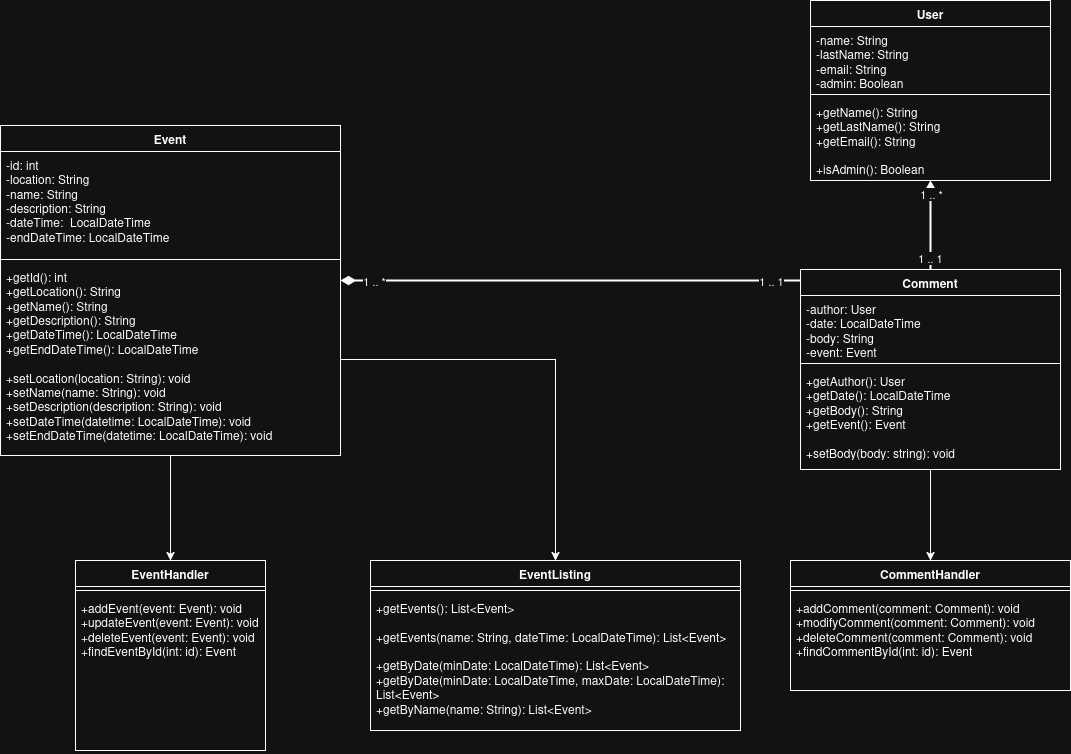
The draw.io diagram docs/class-diagram.png in SauroMatheo/cda-p5-corpo-event-good-giants, before a commit. Source tidied: cells renumbered, new cells last; positions are measured from the earlier drawing's top-left corner, leaving out a move shared by most shapes.
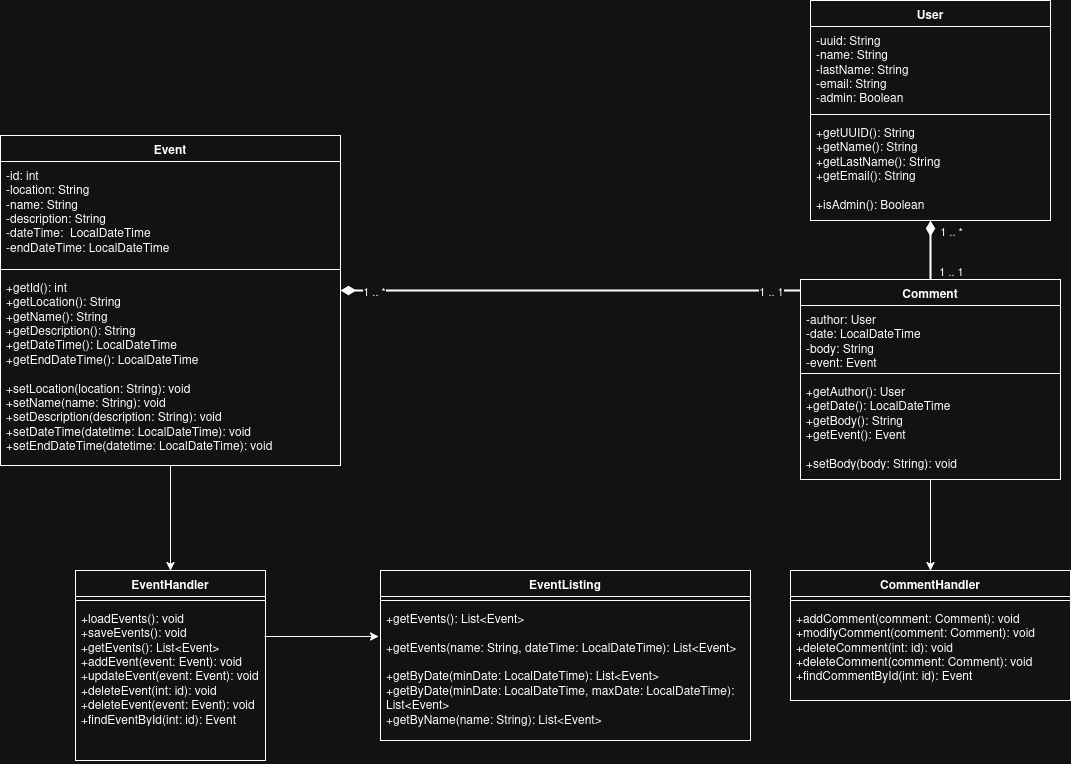
Above is the later version.

Commit message:
docs(class-diagram): change to the class diagram

What changed in the source:
```diff
@@ -15,16 +15,16 @@
       <mxGeometry y="138" width="340" height="192" as="geometry" />
     </mxCell>
     <mxCell id="6" value="User" style="swimlane;fontStyle=1;align=center;verticalAlign=top;horizontal=1;startSize=26;whiteSpace=wrap;html=1;" parent="1" vertex="1">
-      <mxGeometry x="810" width="240" height="180" as="geometry" />
+      <mxGeometry x="810" y="-10" width="240" height="220" as="geometry" />
     </mxCell>
-    <mxCell id="7" value="&lt;div&gt;-name: String&lt;/div&gt;&lt;div&gt;-lastName: String&lt;/div&gt;&lt;div&gt;&lt;div&gt;-email: String&lt;/div&gt;&lt;div&gt;-admin: Boolean&lt;br&gt;&lt;/div&gt;&lt;br&gt;&lt;/div&gt;" style="text;strokeColor=none;fillColor=none;align=left;verticalAlign=top;spacingLeft=4;spacingRight=4;overflow=hidden;whiteSpace=wrap;html=1;" parent="6" vertex="1">
-      <mxGeometry y="26" width="240" height="64" as="geometry" />
+    <mxCell id="7" value="&lt;div&gt;-uuid: String&lt;/div&gt;&lt;div&gt;-name: String&lt;/div&gt;&lt;div&gt;-lastName: String&lt;/div&gt;&lt;div&gt;&lt;div&gt;-email: String&lt;/div&gt;&lt;div&gt;-admin: Boolean&lt;br&gt;&lt;/div&gt;&lt;br&gt;&lt;/div&gt;" style="text;strokeColor=none;fillColor=none;align=left;verticalAlign=top;spacingLeft=4;spacingRight=4;overflow=hidden;whiteSpace=wrap;html=1;" parent="6" vertex="1">
+      <mxGeometry y="26" width="240" height="84" as="geometry" />
     </mxCell>
     <mxCell id="8" style="line;strokeWidth=1;fillColor=none;align=left;verticalAlign=middle;spacingTop=-1;spacingLeft=3;spacingRight=3;labelPosition=right;strokeColor=inherit;" parent="6" vertex="1">
-      <mxGeometry y="90" width="240" height="8" as="geometry" />
+      <mxGeometry y="110" width="240" height="8" as="geometry" />
     </mxCell>
-    <mxCell id="9" value="&lt;div&gt;+getName(): String&lt;/div&gt;&lt;div&gt;+getLastName(): String&lt;/div&gt;&lt;div&gt;+getEmail(): String&lt;/div&gt;&lt;div&gt;&lt;br&gt;&lt;/div&gt;&lt;div&gt;+isAdmin(): Boolean&lt;/div&gt;" style="text;strokeColor=none;fillColor=none;align=left;verticalAlign=top;spacingLeft=4;spacingRight=4;overflow=hidden;whiteSpace=wrap;html=1;" parent="6" vertex="1">
-      <mxGeometry y="98" width="240" height="82" as="geometry" />
+    <mxCell id="9" value="&lt;div&gt;+getUUID(): String&lt;/div&gt;&lt;div&gt;+getName(): String&lt;/div&gt;&lt;div&gt;+getLastName(): String&lt;/div&gt;&lt;div&gt;+getEmail(): String&lt;/div&gt;&lt;div&gt;&lt;br&gt;&lt;/div&gt;&lt;div&gt;+isAdmin(): Boolean&lt;/div&gt;" style="text;strokeColor=none;fillColor=none;align=left;verticalAlign=top;spacingLeft=4;spacingRight=4;overflow=hidden;whiteSpace=wrap;html=1;" parent="6" vertex="1">
+      <mxGeometry y="118" width="240" height="102" as="geometry" />
     </mxCell>
     <mxCell id="10" value="EventHandler" style="swimlane;fontStyle=1;align=center;verticalAlign=top;horizontal=1;startSize=26;whiteSpace=wrap;html=1;" parent="1" vertex="1">
       <mxGeometry x="75" y="560" width="190" height="190" as="geometry" />
@@ -32,7 +32,7 @@
     <mxCell id="11" style="line;strokeWidth=1;fillColor=none;align=left;verticalAlign=middle;spacingTop=-1;spacingLeft=3;spacingRight=3;labelPosition=right;strokeColor=inherit;" parent="10" vertex="1">
       <mxGeometry y="26" width="190" height="8" as="geometry" />
     </mxCell>
-    <mxCell id="12" value="&lt;div&gt;+addEvent(event: Event): void&lt;/div&gt;&lt;div&gt;+updateEvent(event: Event): void&lt;/div&gt;&lt;div&gt;&lt;span style=&quot;background-color: transparent; color: light-dark(rgb(0, 0, 0), rgb(255, 255, 255));&quot;&gt;+deleteEvent(event: Event): void&lt;/span&gt;&lt;/div&gt;&lt;div&gt;&lt;span style=&quot;background-color: transparent; color: light-dark(rgb(0, 0, 0), rgb(255, 255, 255));&quot;&gt;+findEventById(int: id): Event&lt;/span&gt;&lt;/div&gt;" style="text;strokeColor=none;fillColor=none;align=left;verticalAlign=top;spacingLeft=4;spacingRight=4;overflow=hidden;whiteSpace=wrap;html=1;" parent="10" vertex="1">
+    <mxCell id="12" value="&lt;div&gt;+loadEvents(): void&lt;/div&gt;&lt;div&gt;+saveEvents(): void&lt;/div&gt;&lt;div&gt;&lt;span style=&quot;background-color: transparent; color: light-dark(rgb(0, 0, 0), rgb(255, 255, 255));&quot;&gt;+&lt;/span&gt;getEvents(): List&amp;lt;Event&amp;gt;&lt;/div&gt;&lt;div&gt;+addEvent(event: Event): void&lt;/div&gt;&lt;div&gt;+updateEvent(event: Event): void&lt;/div&gt;&lt;div&gt;&lt;span style=&quot;background-color: transparent; color: light-dark(rgb(0, 0, 0), rgb(255, 255, 255));&quot;&gt;+deleteEvent(int: id): void&lt;/span&gt;&lt;/div&gt;&lt;div&gt;&lt;span style=&quot;background-color: transparent; color: light-dark(rgb(0, 0, 0), rgb(255, 255, 255));&quot;&gt;+deleteEvent(event: Event): void&lt;/span&gt;&lt;/div&gt;&lt;div&gt;&lt;span style=&quot;background-color: transparent; color: light-dark(rgb(0, 0, 0), rgb(255, 255, 255));&quot;&gt;+findEventById(int: id): Event&lt;/span&gt;&lt;/div&gt;" style="text;strokeColor=none;fillColor=none;align=left;verticalAlign=top;spacingLeft=4;spacingRight=4;overflow=hidden;whiteSpace=wrap;html=1;" parent="10" vertex="1">
       <mxGeometry y="34" width="190" height="156" as="geometry" />
     </mxCell>
     <mxCell id="13" style="edgeStyle=orthogonalEdgeStyle;rounded=0;jettySize=auto;html=1;endArrow=diamondThin;endFill=1;startSize=10;endSize=10;strokeWidth=2;" parent="1" edge="1" source="18" target="2">
@@ -53,12 +53,12 @@
     </mxCell>
     <mxCell id="16" value="1 .. 1" style="edgeLabel;html=1;align=center;verticalAlign=middle;" parent="15" vertex="1">
       <mxGeometry x="0.26" y="1" relative="1" as="geometry">
-        <mxPoint y="44" as="offset" />
+        <mxPoint x="21" y="28" as="offset" />
       </mxGeometry>
     </mxCell>
     <mxCell id="17" value="1 .. *" style="edgeLabel;html=1;align=center;verticalAlign=middle;" parent="15" vertex="1">
       <mxGeometry x="-0.57" y="-3" relative="1" as="geometry">
-        <mxPoint x="-3" y="-57" as="offset" />
+        <mxPoint x="17" y="-36" as="offset" />
       </mxGeometry>
     </mxCell>
     <mxCell id="18" value="Comment" style="swimlane;fontStyle=1;align=center;verticalAlign=top;horizontal=1;startSize=26;whiteSpace=wrap;html=1;" parent="1" vertex="1">
@@ -70,7 +70,7 @@
     <mxCell id="20" style="line;strokeWidth=1;fillColor=none;align=left;verticalAlign=middle;spacingTop=-1;spacingLeft=3;spacingRight=3;labelPosition=right;strokeColor=inherit;" parent="18" vertex="1">
       <mxGeometry y="90" width="260" height="8" as="geometry" />
     </mxCell>
-    <mxCell id="21" value="&lt;div&gt;+getAuthor(): User&lt;/div&gt;&lt;div&gt;+getDate(): LocalDateTime&lt;/div&gt;&lt;div&gt;+getBody(): String&lt;/div&gt;&lt;div&gt;+getEvent(): Event&lt;/div&gt;&lt;div&gt;&lt;br&gt;&lt;/div&gt;&lt;div&gt;+setBody(body: string): void&lt;br&gt;&lt;/div&gt;" style="text;strokeColor=none;fillColor=none;align=left;verticalAlign=top;spacingLeft=4;spacingRight=4;overflow=hidden;whiteSpace=wrap;html=1;" parent="18" vertex="1">
+    <mxCell id="21" value="&lt;div&gt;+getAuthor(): User&lt;/div&gt;&lt;div&gt;+getDate(): LocalDateTime&lt;/div&gt;&lt;div&gt;+getBody(): String&lt;/div&gt;&lt;div&gt;+getEvent(): Event&lt;/div&gt;&lt;div&gt;&lt;br&gt;&lt;/div&gt;&lt;div&gt;+setBody(body: String): void&lt;br&gt;&lt;/div&gt;" style="text;strokeColor=none;fillColor=none;align=left;verticalAlign=top;spacingLeft=4;spacingRight=4;overflow=hidden;whiteSpace=wrap;html=1;" parent="18" vertex="1">
       <mxGeometry y="98" width="260" height="102" as="geometry" />
     </mxCell>
     <mxCell id="22" value="CommentHandler" style="swimlane;fontStyle=1;align=center;verticalAlign=top;horizontal=1;startSize=26;whiteSpace=wrap;html=1;" parent="1" vertex="1">
@@ -79,11 +79,15 @@
     <mxCell id="23" style="line;strokeWidth=1;fillColor=none;align=left;verticalAlign=middle;spacingTop=-1;spacingLeft=3;spacingRight=3;labelPosition=right;strokeColor=inherit;" parent="22" vertex="1">
       <mxGeometry y="26" width="280" height="8" as="geometry" />
     </mxCell>
-    <mxCell id="24" value="&lt;div&gt;+addComment(comment: Comment): void&lt;br&gt;&lt;/div&gt;&lt;div&gt;+modifyComment(&lt;span style=&quot;background-color: transparent; color: light-dark(rgb(0, 0, 0), rgb(255, 255, 255));&quot;&gt;c&lt;/span&gt;&lt;span style=&quot;background-color: transparent; color: light-dark(rgb(0, 0, 0), rgb(255, 255, 255));&quot;&gt;omment: Comment&lt;/span&gt;&lt;span style=&quot;background-color: transparent; color: light-dark(rgb(0, 0, 0), rgb(255, 255, 255));&quot;&gt;): void&lt;/span&gt;&lt;/div&gt;&lt;div&gt;+deleteComment(c&lt;span style=&quot;background-color: transparent; color: light-dark(rgb(0, 0, 0), rgb(255, 255, 255));&quot;&gt;omment: Comment&lt;/span&gt;&lt;span style=&quot;background-color: transparent; color: light-dark(rgb(0, 0, 0), rgb(255, 255, 255));&quot;&gt;): void&lt;/span&gt;&lt;/div&gt;&lt;div&gt;&lt;div&gt;&lt;span style=&quot;background-color: transparent; color: light-dark(rgb(0, 0, 0), rgb(255, 255, 255));&quot;&gt;+findCommentById(int: id): Event&lt;/span&gt;&lt;/div&gt;&lt;br&gt;&lt;/div&gt;" style="text;strokeColor=none;fillColor=none;align=left;verticalAlign=top;spacingLeft=4;spacingRight=4;overflow=hidden;whiteSpace=wrap;html=1;" parent="22" vertex="1">
+    <mxCell id="24" value="&lt;div&gt;+addComment(comment: Comment): void&lt;br&gt;&lt;/div&gt;&lt;div&gt;+modifyComment(&lt;span style=&quot;background-color: transparent; color: light-dark(rgb(0, 0, 0), rgb(255, 255, 255));&quot;&gt;c&lt;/span&gt;&lt;span style=&quot;background-color: transparent; color: light-dark(rgb(0, 0, 0), rgb(255, 255, 255));&quot;&gt;omment: Comment&lt;/span&gt;&lt;span style=&quot;background-color: transparent; color: light-dark(rgb(0, 0, 0), rgb(255, 255, 255));&quot;&gt;): void&lt;/span&gt;&lt;/div&gt;&lt;div&gt;+deleteComment(int: id): void&lt;/div&gt;&lt;div&gt;+deleteComment(c&lt;span style=&quot;background-color: transparent; color: light-dark(rgb(0, 0, 0), rgb(255, 255, 255));&quot;&gt;omment: Comment&lt;/span&gt;&lt;span style=&quot;background-color: transparent; color: light-dark(rgb(0, 0, 0), rgb(255, 255, 255));&quot;&gt;): void&lt;/span&gt;&lt;/div&gt;&lt;div&gt;&lt;div&gt;&lt;span style=&quot;background-color: transparent; color: light-dark(rgb(0, 0, 0), rgb(255, 255, 255));&quot;&gt;+findCommentById(int: id): Event&lt;/span&gt;&lt;/div&gt;&lt;br&gt;&lt;/div&gt;" style="text;strokeColor=none;fillColor=none;align=left;verticalAlign=top;spacingLeft=4;spacingRight=4;overflow=hidden;whiteSpace=wrap;html=1;" parent="22" vertex="1">
       <mxGeometry y="34" width="280" height="96" as="geometry" />
     </mxCell>
     <mxCell id="25" style="endArrow=classic;html=1;rounded=0;entryX=0.5;entryY=0;entryDx=0;entryDy=0;" parent="1" edge="1" source="2" target="10">
-      <mxGeometry relative="1" as="geometry" />
+      <mxGeometry relative="1" as="geometry">
+        <Array as="points">
+          <mxPoint x="170" y="510" />
+        </Array>
+      </mxGeometry>
     </mxCell>
     <mxCell id="26" style="endArrow=classic;html=1;rounded=0;" parent="1" edge="1" source="18" target="22">
       <mxGeometry relative="1" as="geometry" />
@@ -92,7 +96,7 @@
       <mxGeometry x="770" y="280" as="geometry" />
     </mxCell>
     <mxCell id="28" value="EventListing" style="swimlane;fontStyle=1;align=center;verticalAlign=top;horizontal=1;startSize=26;whiteSpace=wrap;html=1;" parent="1" vertex="1">
-      <mxGeometry x="370" y="560" width="370" height="170" as="geometry" />
+      <mxGeometry x="380" y="560" width="370" height="170" as="geometry" />
     </mxCell>
     <mxCell id="29" style="line;strokeWidth=1;fillColor=none;align=left;verticalAlign=middle;spacingTop=-1;spacingLeft=3;spacingRight=3;labelPosition=right;strokeColor=inherit;" parent="28" vertex="1">
       <mxGeometry y="26" width="370" height="8" as="geometry" />
@@ -100,8 +104,10 @@
     <mxCell id="30" value="&lt;div&gt;&lt;span style=&quot;background-color: transparent; color: light-dark(rgb(0, 0, 0), rgb(255, 255, 255));&quot;&gt;+&lt;/span&gt;getEvents(): List&amp;lt;Event&amp;gt;&lt;br&gt;&lt;/div&gt;&lt;br&gt;&lt;div&gt;&lt;span style=&quot;background-color: transparent; color: light-dark(rgb(0, 0, 0), rgb(255, 255, 255));&quot;&gt;+&lt;/span&gt;getEvents(name: String, dateTime: LocalDateTime): List&amp;lt;Event&amp;gt;&lt;/div&gt;&lt;div&gt;&lt;br&gt;&lt;/div&gt;&lt;div&gt;&lt;div&gt;+getByDate(minDate: LocalDateTime): List&amp;lt;Event&amp;gt;&lt;/div&gt;&lt;div&gt;+getByDate(minDate: LocalDateTime, maxDate: LocalDateTime): List&amp;lt;Event&amp;gt;&lt;/div&gt;&lt;div&gt;+getByName(name: String): List&amp;lt;Event&amp;gt;&lt;/div&gt;&lt;br&gt;&lt;/div&gt;" style="text;strokeColor=none;fillColor=none;align=left;verticalAlign=top;spacingLeft=4;spacingRight=4;overflow=hidden;points=[[0,0.5],[1,0.5]];portConstraint=eastwest;whiteSpace=wrap;html=1;" parent="28" vertex="1">
       <mxGeometry y="34" width="370" height="136" as="geometry" />
     </mxCell>
-    <mxCell id="31" style="endArrow=classic;html=1;rounded=0;edgeStyle=orthogonalEdgeStyle;" parent="1" edge="1" source="5" target="28">
-      <mxGeometry relative="1" as="geometry" />
-    </mxCell>
+    <mxCell id="32" style="endArrow=classic;html=1;rounded=0;entryX=-0.005;entryY=0.235;entryDx=0;entryDy=0;entryPerimeter=0;" parent="1" edge="1" target="30">
+      <mxGeometry relative="1" as="geometry">
+        <mxPoint x="264" y="626" as="sourcePoint" />
+      </mxGeometry>
+    </mxCell>
   </root>
 </mxGraphModel>
```
